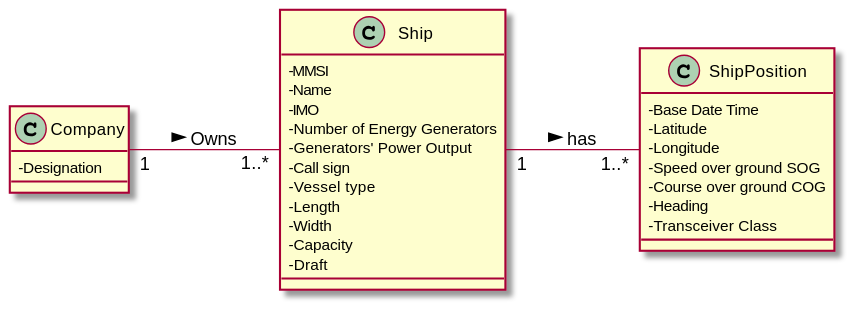
1190772/LAB-Project-3 keeps this PlantUML diagram as docs/Sprint 3/US/US104/US104_MD.svg. Above is the earlier version.
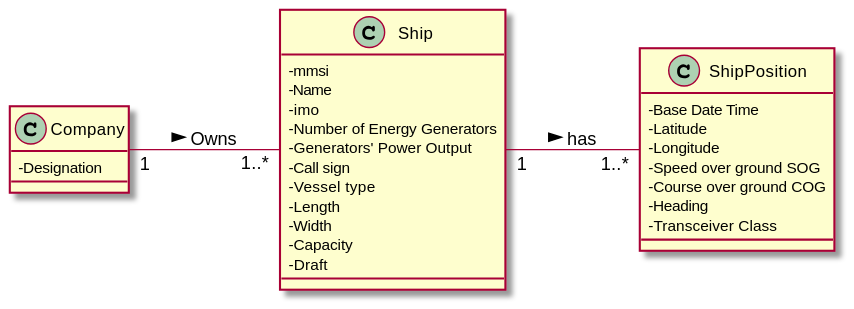
Later version of the same file.

Diff of the diagram source:
```diff
@@ -8,9 +8,9 @@
 }
 
 class Ship {
--MMSI
+-mmsi
 -Name
--IMO
+-imo
 -Number of Energy Generators
 -Generators' Power Output
 -Call sign
```
